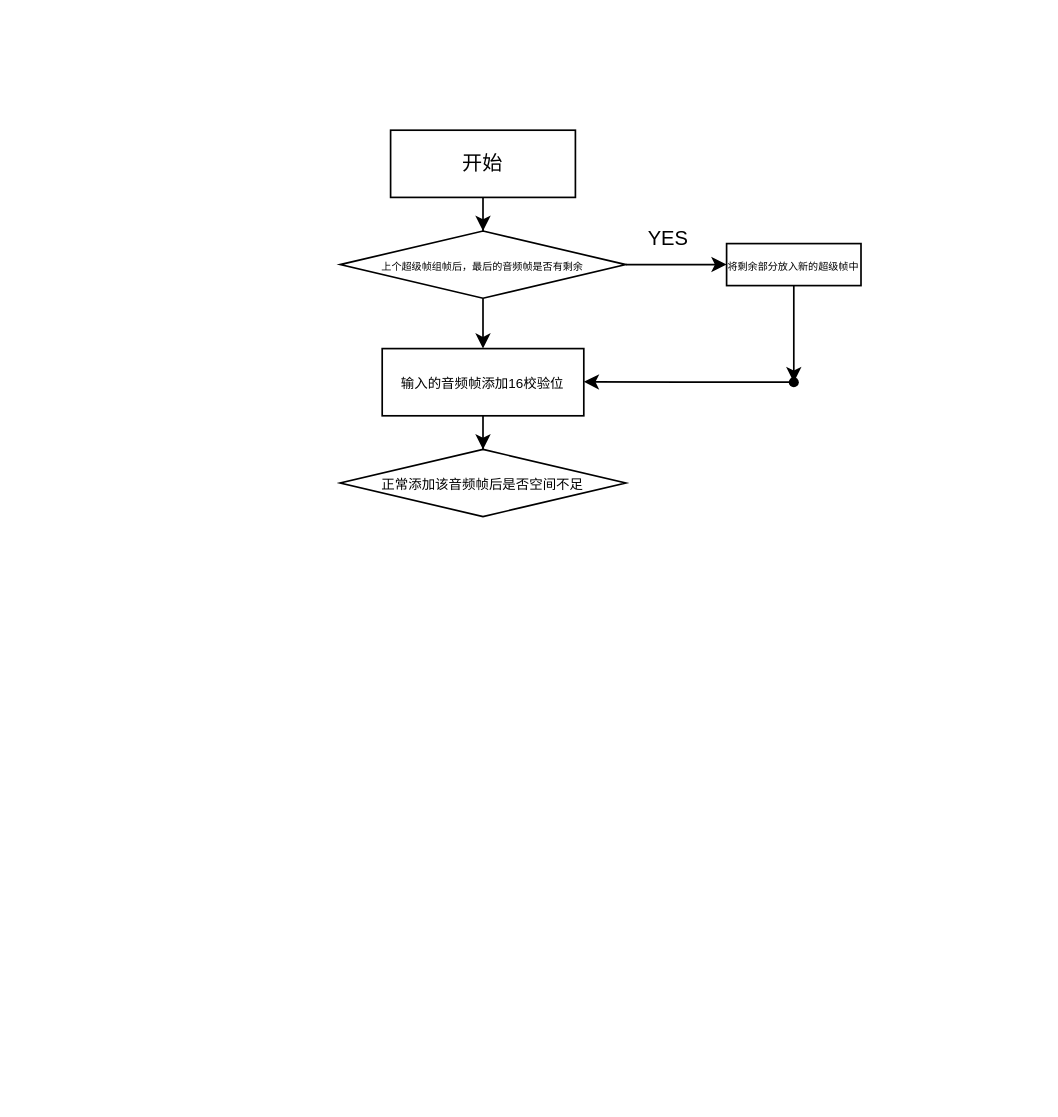
xdzqyyds/draw.io keeps this draw.io diagram as super_frame_encode.drawio. Above is the earlier version. Source tidied: cells renumbered, new cells numbered last; positions are measured from the earlier drawing's top-left corner, leaving out a move shared by most shapes. Both pictures are drawn from the tidied source at 168%, with x=0, y=0 at pixel (339, 129).
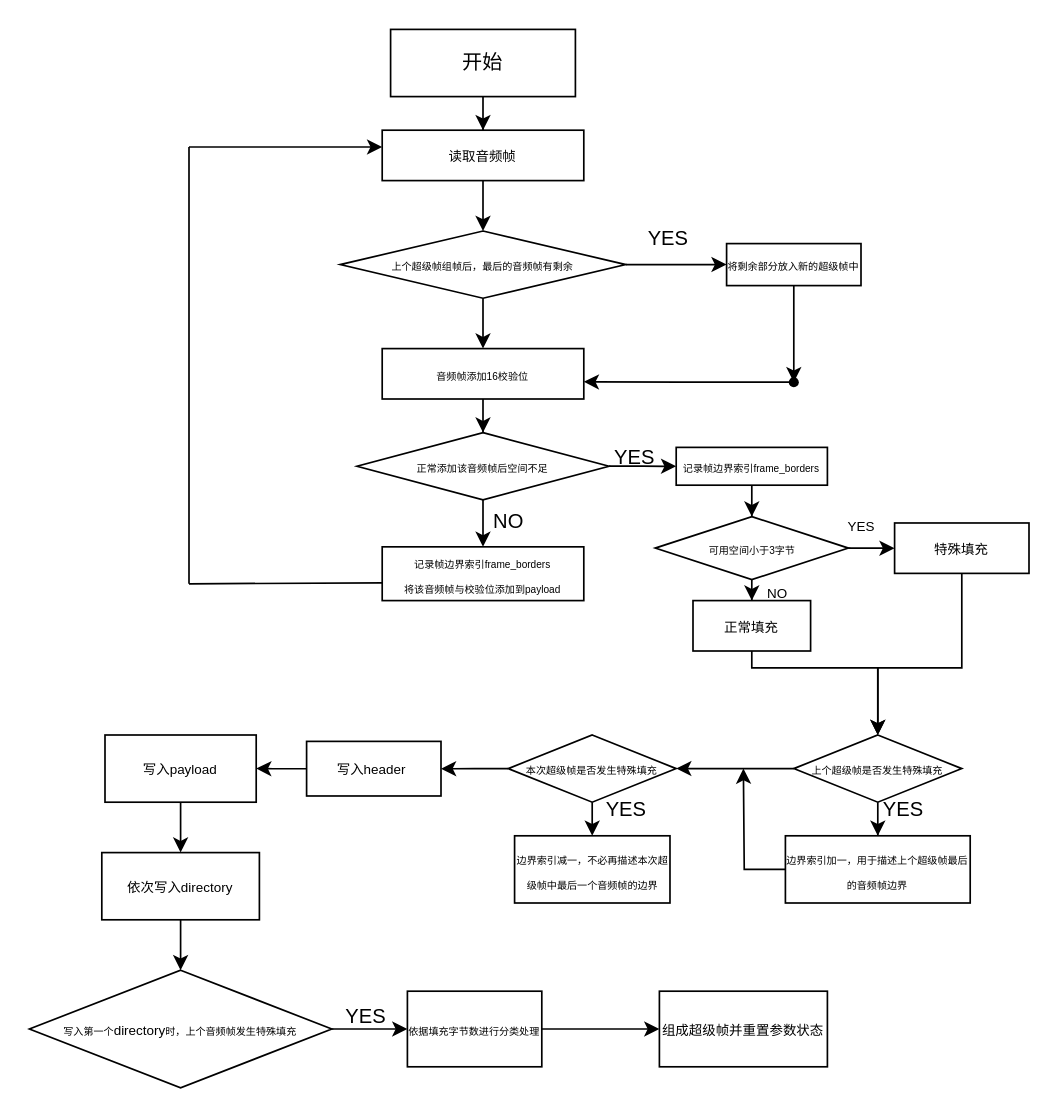
The same diagram, later.

Diff of the diagram source:
```diff
@@
-    <mxCell id="2" style="edgeStyle=orthogonalEdgeStyle;rounded=0;jettySize=auto;html=1;" parent="1" edge="1" source="3" target="6">
-      <mxGeometry relative="1" as="geometry" />
-    </mxCell>
+    <mxCell id="16" style="edgeStyle=orthogonalEdgeStyle;rounded=0;jettySize=auto;html=1;" parent="1" edge="1" source="3" target="27">
+      <mxGeometry relative="1" as="geometry" />
+    </mxCell>
     <mxCell id="3" value="开始" style="rounded=0;whiteSpace=wrap;html=1;" parent="1" vertex="1">
-      <mxGeometry x="30" width="110" height="40" as="geometry" />
+      <mxGeometry x="30" y="-60" width="110" height="40" as="geometry" />
     </mxCell>
@@
-    <mxCell id="6" value="&lt;font style=&quot;font-size: 6px;&quot;&gt;上个超级帧组帧后，最后的音频帧是否有剩余&lt;/font&gt;" style="rhombus;whiteSpace=wrap;html=1;rounded=0;" parent="1" vertex="1">
+    <mxCell id="6" value="&lt;font style=&quot;font-size: 6px;&quot;&gt;上个超级帧组帧后，最后的音频帧有剩余&lt;/font&gt;" style="rhombus;whiteSpace=wrap;html=1;rounded=0;" parent="1" vertex="1">
       <mxGeometry y="60" width="170" height="40" as="geometry" />
     </mxCell>
@@
-    <mxCell id="11" value="&lt;font style=&quot;font-size: 8px;&quot;&gt;输入的音频帧添加16校验位&lt;/font&gt;" style="rounded=0;whiteSpace=wrap;html=1;" parent="1" vertex="1">
-      <mxGeometry x="25" y="130" width="120" height="40" as="geometry" />
+    <mxCell id="11" value="&lt;font style=&quot;font-size: 6px;&quot;&gt;音频帧添加16校验位&lt;/font&gt;" style="rounded=0;whiteSpace=wrap;html=1;" parent="1" vertex="1">
+      <mxGeometry x="25" y="130" width="120" height="30" as="geometry" />
     </mxCell>
@@
+    <mxCell id="17" style="edgeStyle=orthogonalEdgeStyle;rounded=0;jettySize=auto;html=1;" parent="1" edge="1" source="13" target="19">
+      <mxGeometry relative="1" as="geometry" />
+    </mxCell>
+    <mxCell id="18" style="edgeStyle=orthogonalEdgeStyle;rounded=0;jettySize=auto;html=1;" parent="1" edge="1" source="13" target="22">
+      <mxGeometry relative="1" as="geometry" />
+    </mxCell>
-    <mxCell id="13" value="&lt;font style=&quot;font-size: 8px;&quot;&gt;正常添加该音频帧后是否空间不足&lt;/font&gt;" style="rhombus;whiteSpace=wrap;html=1;rounded=0;" parent="1" vertex="1">
-      <mxGeometry y="190" width="170" height="40" as="geometry" />
+    <mxCell id="13" value="&lt;font style=&quot;font-size: 6px;&quot;&gt;正常添加该音频帧后空间不足&lt;/font&gt;" style="rhombus;whiteSpace=wrap;html=1;rounded=0;" parent="1" vertex="1">
+      <mxGeometry x="10" y="180" width="150" height="40" as="geometry" />
     </mxCell>
@@
+    <mxCell id="19" value="&lt;div&gt;&lt;span style=&quot;font-size: 6px; background-color: transparent; color: light-dark(rgb(0, 0, 0), rgb(255, 255, 255));&quot;&gt;记录帧边界索引frame_borders&lt;/span&gt;&lt;/div&gt;&lt;div&gt;&lt;span style=&quot;font-size: 6px; background-color: transparent; color: light-dark(rgb(0, 0, 0), rgb(255, 255, 255));&quot;&gt;将该音频帧与校验位添加到payload&lt;/span&gt;&lt;/div&gt;" style="rounded=0;whiteSpace=wrap;html=1;" parent="1" vertex="1">
+      <mxGeometry x="25" y="248" width="120" height="32" as="geometry" />
+    </mxCell>
+    <mxCell id="20" value="NO" style="text;html=1;align=center;verticalAlign=middle;strokeColor=none;fillColor=none;" parent="1" vertex="1">
+      <mxGeometry x="80" y="218" width="40" height="30" as="geometry" />
+    </mxCell>
+    <mxCell id="21" style="edgeStyle=orthogonalEdgeStyle;rounded=0;jettySize=auto;html=1;" parent="1" edge="1" source="22" target="25">
+      <mxGeometry relative="1" as="geometry" />
+    </mxCell>
+    <mxCell id="22" value="&lt;font style=&quot;font-size: 6px;&quot;&gt;记录帧边界索引&lt;/font&gt;&lt;span style=&quot;font-size: 6px;&quot;&gt;frame_borders&lt;/span&gt;" style="whiteSpace=wrap;html=1;rounded=0;" parent="1" vertex="1">
+      <mxGeometry x="200" y="188.8" width="90" height="22.5" as="geometry" />
+    </mxCell>
+    <mxCell id="23" style="edgeStyle=orthogonalEdgeStyle;rounded=0;jettySize=auto;html=1;" parent="1" edge="1" source="25" target="33">
+      <mxGeometry relative="1" as="geometry" />
+    </mxCell>
+    <mxCell id="24" style="edgeStyle=orthogonalEdgeStyle;rounded=0;jettySize=auto;html=1;" parent="1" edge="1" source="25" target="35">
+      <mxGeometry relative="1" as="geometry" />
+    </mxCell>
+    <mxCell id="25" value="&lt;font style=&quot;font-size: 6px;&quot;&gt;可用空间小于3字节&lt;/font&gt;" style="rhombus;whiteSpace=wrap;html=1;rounded=0;" parent="1" vertex="1">
+      <mxGeometry x="187.5" y="230" width="115" height="37.5" as="geometry" />
+    </mxCell>
+    <mxCell id="26" value="YES" style="text;html=1;align=center;verticalAlign=middle;strokeColor=none;fillColor=none;" parent="1" vertex="1">
+      <mxGeometry x="150" y="180" width="50" height="30" as="geometry" />
+    </mxCell>
+    <mxCell id="27" value="&lt;font style=&quot;font-size: 8px;&quot;&gt;读取音频帧&lt;/font&gt;" style="rounded=0;whiteSpace=wrap;html=1;" parent="1" vertex="1">
+      <mxGeometry x="25" width="120" height="30" as="geometry" />
+    </mxCell>
+    <mxCell id="28" style="endArrow=classic;html=1;rounded=0;exitX=0.5;exitY=1;exitDx=0;exitDy=0;entryX=0.5;entryY=0;entryDx=0;entryDy=0;" parent="1" edge="1" source="27" target="6">
+      <mxGeometry relative="1" as="geometry" />
+    </mxCell>
+    <mxCell id="29" style="endArrow=none;html=1;rounded=0;" parent="1" edge="1">
+      <mxGeometry relative="1" as="geometry">
+        <mxPoint x="-90" y="270" as="sourcePoint" />
+        <mxPoint x="-90" y="10" as="targetPoint" />
+      </mxGeometry>
+    </mxCell>
+    <mxCell id="30" style="endArrow=classic;html=1;rounded=0;entryX=0;entryY=0.333;entryDx=0;entryDy=0;entryPerimeter=0;" parent="1" edge="1" target="27">
+      <mxGeometry relative="1" as="geometry">
+        <mxPoint x="-90" y="10" as="sourcePoint" />
+      </mxGeometry>
+    </mxCell>
+    <mxCell id="31" style="endArrow=none;html=1;rounded=0;exitX=0;exitY=0.669;exitDx=0;exitDy=0;exitPerimeter=0;" parent="1" edge="1" source="19">
+      <mxGeometry relative="1" as="geometry">
+        <mxPoint x="-90" y="270" as="targetPoint" />
+      </mxGeometry>
+    </mxCell>
+    <mxCell id="32" style="edgeStyle=orthogonalEdgeStyle;rounded=0;jettySize=auto;html=1;" parent="1" edge="1" source="33" target="38">
+      <mxGeometry relative="1" as="geometry">
+        <Array as="points">
+          <mxPoint x="245" y="320" />
+          <mxPoint x="320" y="320" />
+        </Array>
+      </mxGeometry>
+    </mxCell>
+    <mxCell id="33" value="&lt;font style=&quot;font-size: 8px;&quot;&gt;正常填充&lt;/font&gt;" style="whiteSpace=wrap;html=1;rounded=0;" parent="1" vertex="1">
+      <mxGeometry x="210" y="280" width="70" height="30" as="geometry" />
+    </mxCell>
+    <mxCell id="34" style="edgeStyle=orthogonalEdgeStyle;rounded=0;jettySize=auto;html=1;" parent="1" edge="1" source="35" target="38">
+      <mxGeometry relative="1" as="geometry">
+        <Array as="points">
+          <mxPoint x="370" y="320" />
+          <mxPoint x="320" y="320" />
+        </Array>
+      </mxGeometry>
+    </mxCell>
+    <mxCell id="35" value="&lt;font style=&quot;font-size: 8px;&quot;&gt;特殊填充&lt;/font&gt;" style="whiteSpace=wrap;html=1;rounded=0;" parent="1" vertex="1">
+      <mxGeometry x="330" y="233.8" width="80" height="30" as="geometry" />
+    </mxCell>
+    <mxCell id="36" style="edgeStyle=orthogonalEdgeStyle;rounded=0;jettySize=auto;html=1;" parent="1" edge="1" source="38" target="40">
+      <mxGeometry relative="1" as="geometry" />
+    </mxCell>
+    <mxCell id="37" style="edgeStyle=orthogonalEdgeStyle;rounded=0;jettySize=auto;html=1;" parent="1" edge="1" source="38" target="44">
+      <mxGeometry relative="1" as="geometry" />
+    </mxCell>
+    <mxCell id="38" value="&lt;font style=&quot;font-size: 6px;&quot;&gt;上个超级帧是否发生特殊填充&lt;/font&gt;" style="rhombus;whiteSpace=wrap;html=1;rounded=0;" parent="1" vertex="1">
+      <mxGeometry x="270" y="360" width="100" height="40" as="geometry" />
+    </mxCell>
+    <mxCell id="39" style="edgeStyle=orthogonalEdgeStyle;rounded=0;jettySize=auto;html=1;" parent="1" edge="1" source="40">
+      <mxGeometry relative="1" as="geometry">
+        <mxPoint x="240" y="380" as="targetPoint" />
+      </mxGeometry>
+    </mxCell>
+    <mxCell id="40" value="&lt;span style=&quot;font-size: 6px;&quot;&gt;边界索引加一，用于描述上个超级帧最后的音频帧边界&lt;/span&gt;" style="whiteSpace=wrap;html=1;rounded=0;" parent="1" vertex="1">
+      <mxGeometry x="265" y="420" width="110" height="40" as="geometry" />
+    </mxCell>
+    <mxCell id="41" value="&lt;font style=&quot;font-size: 6px;&quot;&gt;边界索引减一，不必再描述本次超级帧中最后一个音频帧的边界&lt;/font&gt;" style="whiteSpace=wrap;html=1;rounded=0;" parent="1" vertex="1">
+      <mxGeometry x="103.8" y="420" width="92.5" height="40" as="geometry" />
+    </mxCell>
+    <mxCell id="42" style="edgeStyle=orthogonalEdgeStyle;rounded=0;jettySize=auto;html=1;" parent="1" edge="1" source="44" target="41">
+      <mxGeometry relative="1" as="geometry" />
+    </mxCell>
+    <mxCell id="43" style="edgeStyle=orthogonalEdgeStyle;rounded=0;jettySize=auto;html=1;" parent="1" edge="1" source="44" target="48">
+      <mxGeometry relative="1" as="geometry" />
+    </mxCell>
+    <mxCell id="44" value="&lt;span style=&quot;font-size: 6px;&quot;&gt;本次超级帧是否发生特殊填充&lt;/span&gt;" style="rhombus;whiteSpace=wrap;html=1;rounded=0;" parent="1" vertex="1">
+      <mxGeometry x="100" y="360" width="100" height="40" as="geometry" />
+    </mxCell>
+    <mxCell id="45" value="YES" style="text;html=1;align=center;verticalAlign=middle;strokeColor=none;fillColor=none;" parent="1" vertex="1">
+      <mxGeometry x="310" y="390" width="50" height="30" as="geometry" />
+    </mxCell>
+    <mxCell id="46" value="YES" style="text;html=1;align=center;verticalAlign=middle;strokeColor=none;fillColor=none;" parent="1" vertex="1">
+      <mxGeometry x="145" y="390" width="50" height="30" as="geometry" />
+    </mxCell>
+    <mxCell id="47" style="edgeStyle=orthogonalEdgeStyle;rounded=0;jettySize=auto;html=1;" parent="1" edge="1" source="48" target="50">
+      <mxGeometry relative="1" as="geometry" />
+    </mxCell>
+    <mxCell id="48" value="&lt;font style=&quot;font-size: 8px;&quot;&gt;写入header&amp;nbsp;&lt;/font&gt;" style="whiteSpace=wrap;html=1;rounded=0;" parent="1" vertex="1">
+      <mxGeometry x="-20" y="363.8" width="80" height="32.5" as="geometry" />
+    </mxCell>
+    <mxCell id="49" style="edgeStyle=orthogonalEdgeStyle;rounded=0;jettySize=auto;html=1;" parent="1" edge="1" source="50" target="52">
+      <mxGeometry relative="1" as="geometry" />
+    </mxCell>
+    <mxCell id="50" value="&lt;font style=&quot;font-size: 8px;&quot;&gt;写入payload&lt;/font&gt;" style="whiteSpace=wrap;html=1;rounded=0;" parent="1" vertex="1">
+      <mxGeometry x="-140" y="360" width="90" height="40" as="geometry" />
+    </mxCell>
+    <mxCell id="51" style="edgeStyle=orthogonalEdgeStyle;rounded=0;jettySize=auto;html=1;" parent="1" edge="1" source="52" target="54">
+      <mxGeometry relative="1" as="geometry" />
+    </mxCell>
+    <mxCell id="52" value="&lt;font style=&quot;font-size: 8px;&quot;&gt;依次写入directory&lt;/font&gt;" style="whiteSpace=wrap;html=1;rounded=0;" parent="1" vertex="1">
+      <mxGeometry x="-141.9" y="430" width="93.8" height="40" as="geometry" />
+    </mxCell>
+    <mxCell id="53" style="edgeStyle=orthogonalEdgeStyle;rounded=0;jettySize=auto;html=1;" parent="1" edge="1" source="54" target="56">
+      <mxGeometry relative="1" as="geometry" />
+    </mxCell>
+    <mxCell id="54" value="&lt;font style=&quot;font-size: 6px;&quot;&gt;写入第一个&lt;span style=&quot;font-size: 8px;&quot;&gt;directory&lt;/span&gt;时，上个音频帧发生特殊填充&lt;/font&gt;" style="rhombus;whiteSpace=wrap;html=1;rounded=0;" parent="1" vertex="1">
+      <mxGeometry x="-185" y="500" width="180" height="70" as="geometry" />
+    </mxCell>
+    <mxCell id="55" style="edgeStyle=orthogonalEdgeStyle;rounded=0;jettySize=auto;html=1;" parent="1" edge="1" source="56" target="60">
+      <mxGeometry relative="1" as="geometry" />
+    </mxCell>
+    <mxCell id="56" value="&lt;font style=&quot;font-size: 6px;&quot;&gt;依据填充字节数进行分类处理&lt;/font&gt;" style="whiteSpace=wrap;html=1;rounded=0;" parent="1" vertex="1">
+      <mxGeometry x="40" y="512.5" width="80" height="45" as="geometry" />
+    </mxCell>
+    <mxCell id="57" value="&lt;font style=&quot;font-size: 8px;&quot;&gt;YES&lt;/font&gt;" style="text;html=1;align=center;verticalAlign=middle;strokeColor=none;fillColor=none;" parent="1" vertex="1">
+      <mxGeometry x="290" y="220" width="40" height="30" as="geometry" />
+    </mxCell>
+    <mxCell id="58" value="&lt;font style=&quot;font-size: 8px;&quot;&gt;NO&lt;/font&gt;" style="text;html=1;align=center;verticalAlign=middle;strokeColor=none;fillColor=none;" parent="1" vertex="1">
+      <mxGeometry x="240" y="260" width="40" height="30" as="geometry" />
+    </mxCell>
+    <mxCell id="59" value="YES" style="text;html=1;align=center;verticalAlign=middle;strokeColor=none;fillColor=none;" parent="1" vertex="1">
+      <mxGeometry x="-10" y="512.5" width="50" height="30" as="geometry" />
+    </mxCell>
+    <mxCell id="60" value="&lt;font style=&quot;font-size: 8px;&quot;&gt;组成超级帧并重置参数状态&lt;/font&gt;" style="whiteSpace=wrap;html=1;rounded=0;" parent="1" vertex="1">
+      <mxGeometry x="190" y="512.5" width="100" height="45" as="geometry" />
+    </mxCell>
```
